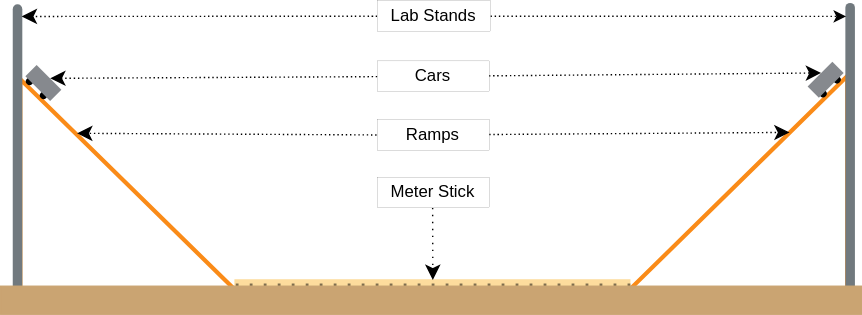
This is laboratory_setup_annotated.svg from Z1aaan/physics-experiment-paper, a draw.io export, as it was before one commit. Source tidied: cells renumbered, new cells last; positions are measured from the earlier drawing's top-left corner, leaving out a move shared by most shapes.
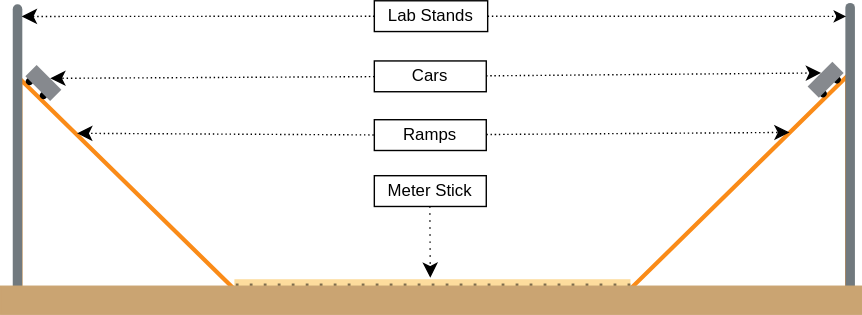
After the commit.

The edit, as a diff of the source:
```diff
@@ -62,17 +62,17 @@
     <mxCell id="20" style="endArrow=classic;html=1;rounded=0;fontSize=12;entryX=0.044;entryY=0.918;entryDx=0;entryDy=0;entryPerimeter=0;strokeWidth=1;startArrow=none;startFill=0;dashed=1;jumpSize=9;dashPattern=1 2;" parent="1" edge="1" source="21" target="10">
       <mxGeometry relative="1" as="geometry" />
     </mxCell>
-    <mxCell id="21" value="&lt;font style=&quot;font-size: 12px;&quot;&gt;Lab Stands&lt;/font&gt;" style="rounded=0;whiteSpace=wrap;html=1;fontSize=12;strokeColor=default;strokeWidth=0;fontFamily=Arimo;fontSource=https%3A%2F%2Ffonts.googleapis.com%2Fcss%3Ffamily%3DArimo;" parent="1" vertex="1">
-      <mxGeometry x="365" width="81" height="22" as="geometry" />
+    <mxCell id="21" value="&lt;font style=&quot;font-size: 12px;&quot;&gt;Lab Stands&lt;/font&gt;" style="rounded=0;whiteSpace=wrap;html=1;fontSize=12;strokeColor=default;strokeWidth=1;fontFamily=Arimo;fontSource=https%3A%2F%2Ffonts.googleapis.com%2Fcss%3Ffamily%3DArimo;" parent="1" vertex="1">
+      <mxGeometry x="363" width="81" height="22" as="geometry" />
     </mxCell>
     <mxCell id="22" style="endArrow=classic;html=1;rounded=0;fontSize=12;startSize=8;endSize=8;curved=1;entryX=0.256;entryY=0.255;entryDx=0;entryDy=0;entryPerimeter=0;exitX=1.002;exitY=0.481;exitDx=0;exitDy=0;exitPerimeter=0;dashed=1;dashPattern=1 2;" parent="1" edge="1" source="23" target="3">
       <mxGeometry relative="1" as="geometry" />
     </mxCell>
-    <mxCell id="23" value="&lt;font style=&quot;font-size: 12px;&quot;&gt;Ramps&lt;/font&gt;" style="rounded=0;whiteSpace=wrap;html=1;fontSize=12;strokeColor=default;strokeWidth=0;fontFamily=Arimo;fontSource=https%3A%2F%2Ffonts.googleapis.com%2Fcss%3Ffamily%3DArimo;" parent="1" vertex="1">
-      <mxGeometry x="365" y="85" width="80" height="22" as="geometry" />
+    <mxCell id="23" value="&lt;font style=&quot;font-size: 12px;&quot;&gt;Ramps&lt;/font&gt;" style="rounded=0;whiteSpace=wrap;html=1;fontSize=12;strokeColor=default;strokeWidth=1;fontFamily=Arimo;fontSource=https%3A%2F%2Ffonts.googleapis.com%2Fcss%3Ffamily%3DArimo;" parent="1" vertex="1">
+      <mxGeometry x="363" y="85" width="80" height="22" as="geometry" />
     </mxCell>
-    <mxCell id="24" value="&lt;font style=&quot;font-size: 12px;&quot;&gt;Cars&lt;/font&gt;" style="rounded=0;whiteSpace=wrap;html=1;fontSize=12;strokeColor=default;strokeWidth=0;fontFamily=Arimo;fontSource=https%3A%2F%2Ffonts.googleapis.com%2Fcss%3Ffamily%3DArimo;" parent="1" vertex="1">
-      <mxGeometry x="365" y="43" width="80" height="22" as="geometry" />
+    <mxCell id="24" value="&lt;font style=&quot;font-size: 12px;&quot;&gt;Cars&lt;/font&gt;" style="rounded=0;whiteSpace=wrap;html=1;fontSize=12;strokeColor=default;strokeWidth=1;fontFamily=Arimo;fontSource=https%3A%2F%2Ffonts.googleapis.com%2Fcss%3Ffamily%3DArimo;" parent="1" vertex="1">
+      <mxGeometry x="363" y="43" width="80" height="22" as="geometry" />
     </mxCell>
     <mxCell id="25" style="endArrow=classic;html=1;rounded=0;fontSize=12;startSize=8;endSize=8;curved=1;entryX=0.547;entryY=-0.004;entryDx=0;entryDy=0;entryPerimeter=0;dashed=1;dashPattern=1 2;" parent="1" edge="1" source="24" target="7">
       <mxGeometry relative="1" as="geometry" />
@@ -80,11 +80,13 @@
     <mxCell id="26" style="endArrow=classic;html=1;rounded=0;fontSize=12;startSize=8;endSize=8;curved=1;entryX=0.545;entryY=-0.004;entryDx=0;entryDy=0;entryPerimeter=0;dashed=1;dashPattern=1 2;" parent="1" edge="1" source="24" target="14">
       <mxGeometry relative="1" as="geometry" />
     </mxCell>
-    <mxCell id="27" value="&lt;font style=&quot;font-size: 12px;&quot;&gt;Meter Stick&lt;/font&gt;" style="rounded=0;whiteSpace=wrap;html=1;fontSize=12;strokeColor=default;strokeWidth=0;fontFamily=Arimo;fontSource=https%3A%2F%2Ffonts.googleapis.com%2Fcss%3Ffamily%3DArimo;" parent="1" vertex="1">
-      <mxGeometry x="365" y="126" width="80" height="22" as="geometry" />
+    <mxCell id="27" value="&lt;font style=&quot;font-size: 12px;&quot;&gt;Meter Stick&lt;/font&gt;" style="rounded=0;whiteSpace=wrap;html=1;fontSize=12;strokeColor=default;strokeWidth=1;fontFamily=Arimo;fontSource=https%3A%2F%2Ffonts.googleapis.com%2Fcss%3Ffamily%3DArimo;" parent="1" vertex="1">
+      <mxGeometry x="363" y="125" width="80" height="22" as="geometry" />
     </mxCell>
-    <mxCell id="28" style="endArrow=classic;html=1;rounded=0;fontSize=12;startSize=8;endSize=8;curved=1;entryX=0.501;entryY=0.102;entryDx=0;entryDy=0;entryPerimeter=0;exitX=0.496;exitY=1;exitDx=0;exitDy=0;exitPerimeter=0;dashed=1;dashPattern=1 4;" parent="1" edge="1" source="27" target="16">
-      <mxGeometry relative="1" as="geometry" />
+    <mxCell id="28" style="endArrow=classic;html=1;rounded=0;fontSize=12;startSize=8;endSize=8;curved=1;exitX=0.496;exitY=1;exitDx=0;exitDy=0;exitPerimeter=0;dashed=1;dashPattern=1 4;" parent="1" edge="1" source="27">
+      <mxGeometry relative="1" as="geometry">
+        <mxPoint x="403" y="198" as="targetPoint" />
+      </mxGeometry>
     </mxCell>
     <mxCell id="29" style="endArrow=classic;html=1;rounded=0;fontSize=12;startSize=8;endSize=8;exitX=-0.005;exitY=0.495;exitDx=0;exitDy=0;exitPerimeter=0;strokeColor=default;entryX=0.252;entryY=0.245;entryDx=0;entryDy=0;entryPerimeter=0;dashed=1;dashPattern=1 2;" parent="1" edge="1" source="23" target="8">
       <mxGeometry relative="1" as="geometry" />
```
